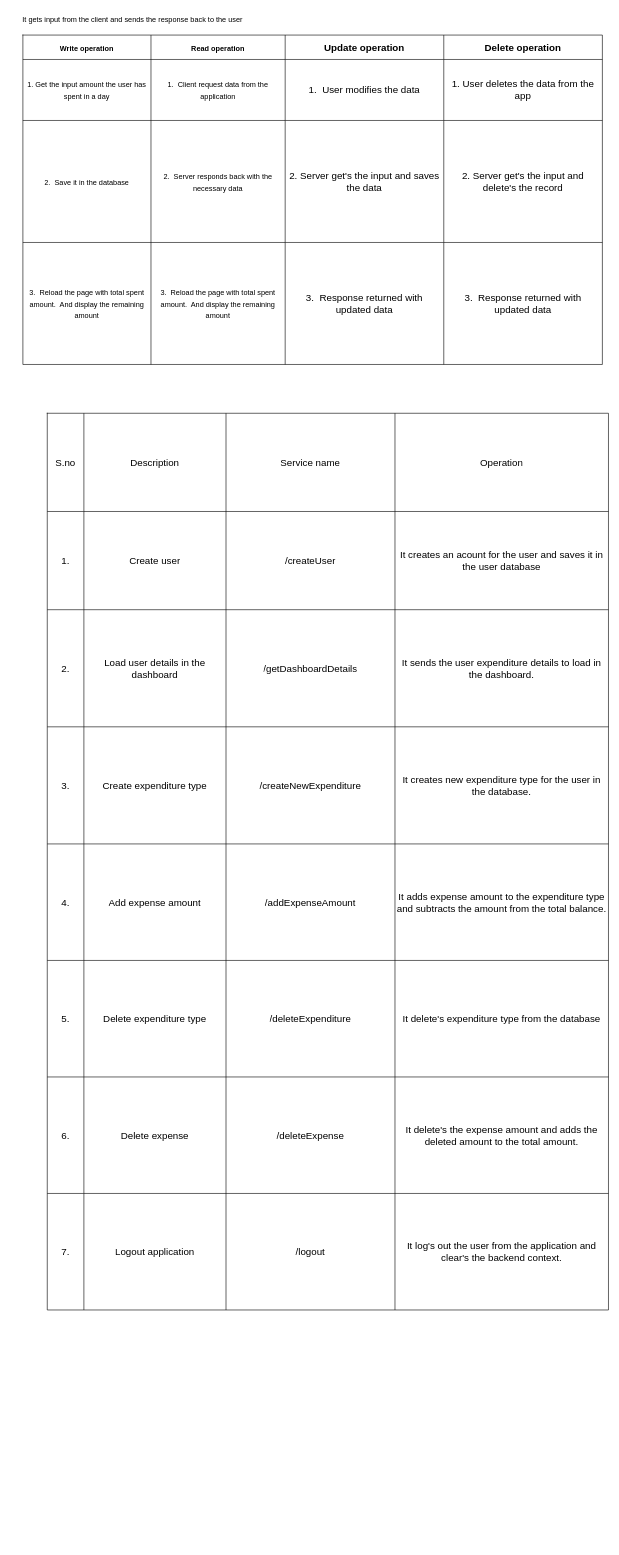
Above: page "serviceLayersDetails" (6 of 6) of budgetTrackerApp.drawio in sathishsekarss/drawIOFiles (draw.io), before the change. Source tidied: cells renumbered, new cells numbered last; positions are measured from the earlier drawing's top-left corner, leaving out a move shared by most shapes. Both pictures are drawn from the tidied source at 61%, with x=0, y=0 at pixel (10, 10).
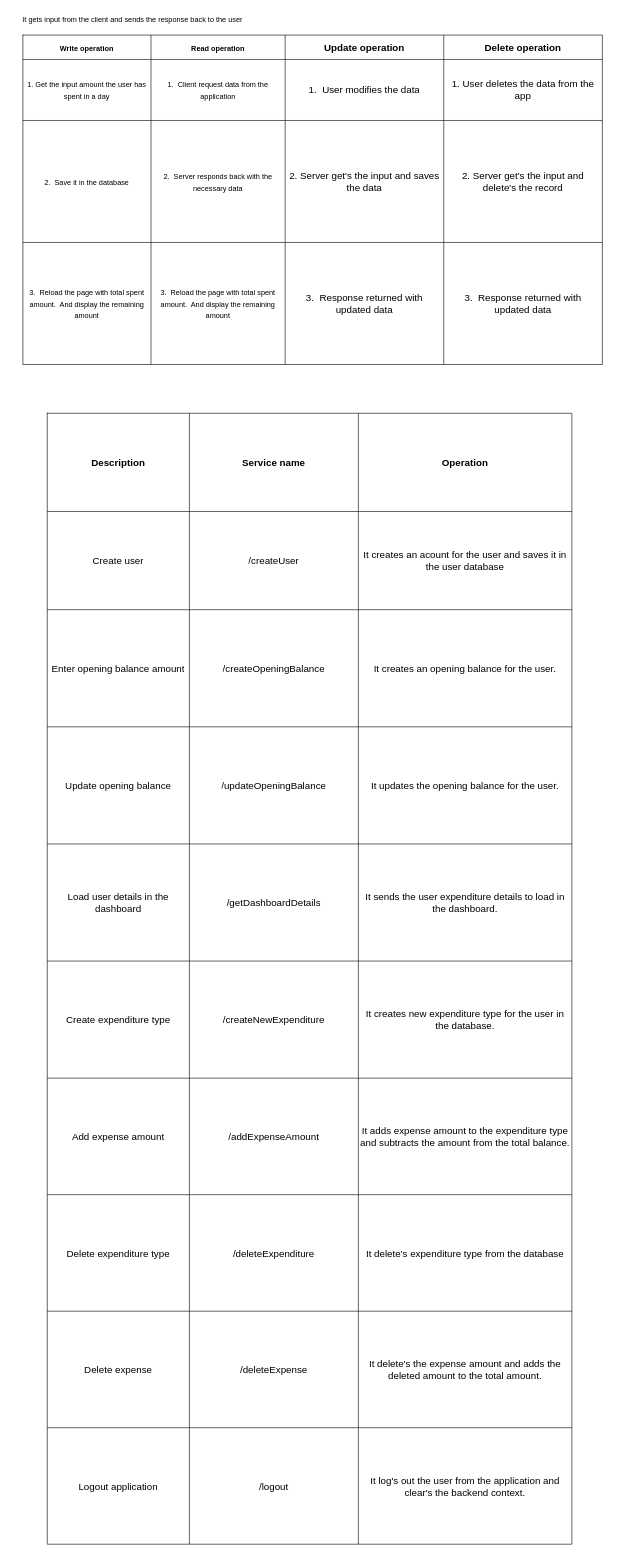
The same page after the edit.

What changed in the source:
```diff
@@
     <mxCell id="28" style="shape=table;startSize=0;childLayout=tableLayout;fontSize=16;" parent="1" vertex="1">
-      <mxGeometry x="60" y="660" width="920" height="1470" as="geometry" />
+      <mxGeometry x="60" y="660" width="860" height="1854" as="geometry" />
     </mxCell>
     <mxCell id="29" style="shape=tableRow;horizontal=0;startSize=0;swimlaneHead=0;swimlaneBody=0;strokeColor=inherit;top=0;left=0;bottom=0;right=0;fillColor=none;fontSize=16;" parent="28" vertex="1">
-      <mxGeometry width="920" height="161" as="geometry" />
+      <mxGeometry width="860" height="161" as="geometry" />
     </mxCell>
-    <mxCell id="30" value="S.no" style="shape=partialRectangle;html=1;whiteSpace=wrap;strokeColor=inherit;overflow=hidden;fillColor=none;top=0;left=0;bottom=0;right=0;fontSize=16;" parent="29" vertex="1">
-      <mxGeometry width="60" height="161" as="geometry" />
-    </mxCell>
-    <mxCell id="31" value="Description" style="shape=partialRectangle;html=1;whiteSpace=wrap;strokeColor=inherit;overflow=hidden;fillColor=none;top=0;left=0;bottom=0;right=0;fontSize=16;" parent="29" vertex="1">
-      <mxGeometry x="60" width="233" height="161" as="geometry" />
+    <mxCell id="31" value="Description" style="shape=partialRectangle;html=1;whiteSpace=wrap;strokeColor=inherit;overflow=hidden;fillColor=none;top=0;left=0;bottom=0;right=0;fontSize=16;fontStyle=1;" parent="29" vertex="1">
+      <mxGeometry width="233" height="161" as="geometry" />
     </mxCell>
-    <mxCell id="32" value="Service name" style="shape=partialRectangle;html=1;whiteSpace=wrap;strokeColor=inherit;overflow=hidden;fillColor=none;top=0;left=0;bottom=0;right=0;fontSize=16;" parent="29" vertex="1">
-      <mxGeometry x="293" width="277" height="161" as="geometry" />
+    <mxCell id="32" value="Service name" style="shape=partialRectangle;html=1;whiteSpace=wrap;strokeColor=inherit;overflow=hidden;fillColor=none;top=0;left=0;bottom=0;right=0;fontSize=16;fontStyle=1;" parent="29" vertex="1">
+      <mxGeometry x="233" width="277" height="161" as="geometry" />
     </mxCell>
-    <mxCell id="33" value="Operation" style="shape=partialRectangle;html=1;whiteSpace=wrap;strokeColor=inherit;overflow=hidden;fillColor=none;top=0;left=0;bottom=0;right=0;fontSize=16;" parent="29" vertex="1">
-      <mxGeometry x="570" width="350" height="161" as="geometry" />
+    <mxCell id="33" value="Operation" style="shape=partialRectangle;html=1;whiteSpace=wrap;strokeColor=inherit;overflow=hidden;fillColor=none;top=0;left=0;bottom=0;right=0;fontSize=16;fontStyle=1;" parent="29" vertex="1">
+      <mxGeometry x="510" width="350" height="161" as="geometry" />
     </mxCell>
     <mxCell id="34" style="shape=tableRow;horizontal=0;startSize=0;swimlaneHead=0;swimlaneBody=0;strokeColor=inherit;top=0;left=0;bottom=0;right=0;fillColor=none;fontSize=16;" parent="28" vertex="1">
-      <mxGeometry y="161" width="920" height="161" as="geometry" />
+      <mxGeometry y="161" width="860" height="161" as="geometry" />
     </mxCell>
-    <mxCell id="35" value="1." style="shape=partialRectangle;html=1;whiteSpace=wrap;strokeColor=inherit;overflow=hidden;fillColor=none;top=0;left=0;bottom=0;right=0;fontSize=16;" parent="34" vertex="1">
-      <mxGeometry width="60" height="161" as="geometry" />
-    </mxCell>
     <mxCell id="36" value="Create user" style="shape=partialRectangle;html=1;whiteSpace=wrap;strokeColor=inherit;overflow=hidden;fillColor=none;top=0;left=0;bottom=0;right=0;fontSize=16;" parent="34" vertex="1">
-      <mxGeometry x="60" width="233" height="161" as="geometry" />
+      <mxGeometry width="233" height="161" as="geometry" />
     </mxCell>
     <mxCell id="37" value="/createUser" style="shape=partialRectangle;html=1;whiteSpace=wrap;strokeColor=inherit;overflow=hidden;fillColor=none;top=0;left=0;bottom=0;right=0;fontSize=16;" parent="34" vertex="1">
-      <mxGeometry x="293" width="277" height="161" as="geometry" />
+      <mxGeometry x="233" width="277" height="161" as="geometry" />
     </mxCell>
     <mxCell id="38" value="It creates an acount for the user and saves it in the user database" style="shape=partialRectangle;html=1;whiteSpace=wrap;strokeColor=inherit;overflow=hidden;fillColor=none;top=0;left=0;bottom=0;right=0;fontSize=16;" parent="34" vertex="1">
-      <mxGeometry x="570" width="350" height="161" as="geometry" />
+      <mxGeometry x="510" width="350" height="161" as="geometry" />
     </mxCell>
+    <mxCell id="69" style="shape=tableRow;horizontal=0;startSize=0;swimlaneHead=0;swimlaneBody=0;strokeColor=inherit;top=0;left=0;bottom=0;right=0;fillColor=none;fontSize=16;" parent="28" vertex="1">
+      <mxGeometry y="322" width="860" height="192" as="geometry" />
+    </mxCell>
+    <mxCell id="70" value="Enter opening balance amount" style="shape=partialRectangle;html=1;whiteSpace=wrap;strokeColor=inherit;overflow=hidden;fillColor=none;top=0;left=0;bottom=0;right=0;fontSize=16;" parent="69" vertex="1">
+      <mxGeometry width="233" height="192" as="geometry" />
+    </mxCell>
+    <mxCell id="71" value="/createOpeningBalance" style="shape=partialRectangle;html=1;whiteSpace=wrap;strokeColor=inherit;overflow=hidden;fillColor=none;top=0;left=0;bottom=0;right=0;fontSize=16;" parent="69" vertex="1">
+      <mxGeometry x="233" width="277" height="192" as="geometry" />
+    </mxCell>
+    <mxCell id="72" value="It creates an opening balance for the user." style="shape=partialRectangle;html=1;whiteSpace=wrap;strokeColor=inherit;overflow=hidden;fillColor=none;top=0;left=0;bottom=0;right=0;fontSize=16;" parent="69" vertex="1">
+      <mxGeometry x="510" width="350" height="192" as="geometry" />
+    </mxCell>
+    <mxCell id="73" style="shape=tableRow;horizontal=0;startSize=0;swimlaneHead=0;swimlaneBody=0;strokeColor=inherit;top=0;left=0;bottom=0;right=0;fillColor=none;fontSize=16;" parent="28" vertex="1">
+      <mxGeometry y="514" width="860" height="192" as="geometry" />
+    </mxCell>
+    <mxCell id="74" value="Update opening balance" style="shape=partialRectangle;html=1;whiteSpace=wrap;strokeColor=inherit;overflow=hidden;fillColor=none;top=0;left=0;bottom=0;right=0;fontSize=16;" parent="73" vertex="1">
+      <mxGeometry width="233" height="192" as="geometry" />
+    </mxCell>
+    <mxCell id="75" value="/updateOpeningBalance" style="shape=partialRectangle;html=1;whiteSpace=wrap;strokeColor=inherit;overflow=hidden;fillColor=none;top=0;left=0;bottom=0;right=0;fontSize=16;" parent="73" vertex="1">
+      <mxGeometry x="233" width="277" height="192" as="geometry" />
+    </mxCell>
+    <mxCell id="76" value="It updates the opening balance for the user." style="shape=partialRectangle;html=1;whiteSpace=wrap;strokeColor=inherit;overflow=hidden;fillColor=none;top=0;left=0;bottom=0;right=0;fontSize=16;" parent="73" vertex="1">
+      <mxGeometry x="510" width="350" height="192" as="geometry" />
+    </mxCell>
     <mxCell id="39" style="shape=tableRow;horizontal=0;startSize=0;swimlaneHead=0;swimlaneBody=0;strokeColor=inherit;top=0;left=0;bottom=0;right=0;fillColor=none;fontSize=16;" parent="28" vertex="1">
-      <mxGeometry y="322" width="920" height="192" as="geometry" />
+      <mxGeometry y="706" width="860" height="192" as="geometry" />
     </mxCell>
-    <mxCell id="40" value="2." style="shape=partialRectangle;html=1;whiteSpace=wrap;strokeColor=inherit;overflow=hidden;fillColor=none;top=0;left=0;bottom=0;right=0;fontSize=16;" parent="39" vertex="1">
-      <mxGeometry width="60" height="192" as="geometry" />
-    </mxCell>
     <mxCell id="41" value="Load user details in the dashboard" style="shape=partialRectangle;html=1;whiteSpace=wrap;strokeColor=inherit;overflow=hidden;fillColor=none;top=0;left=0;bottom=0;right=0;fontSize=16;" parent="39" vertex="1">
-      <mxGeometry x="60" width="233" height="192" as="geometry" />
+      <mxGeometry width="233" height="192" as="geometry" />
     </mxCell>
     <mxCell id="42" value="/getDashboardDetails" style="shape=partialRectangle;html=1;whiteSpace=wrap;strokeColor=inherit;overflow=hidden;fillColor=none;top=0;left=0;bottom=0;right=0;fontSize=16;" parent="39" vertex="1">
-      <mxGeometry x="293" width="277" height="192" as="geometry" />
+      <mxGeometry x="233" width="277" height="192" as="geometry" />
     </mxCell>
     <mxCell id="43" value="It sends the user expenditure details to load in the dashboard." style="shape=partialRectangle;html=1;whiteSpace=wrap;strokeColor=inherit;overflow=hidden;fillColor=none;top=0;left=0;bottom=0;right=0;fontSize=16;" parent="39" vertex="1">
-      <mxGeometry x="570" width="350" height="192" as="geometry" />
+      <mxGeometry x="510" width="350" height="192" as="geometry" />
     </mxCell>
     <mxCell id="44" style="shape=tableRow;horizontal=0;startSize=0;swimlaneHead=0;swimlaneBody=0;strokeColor=inherit;top=0;left=0;bottom=0;right=0;fillColor=none;fontSize=16;" parent="28" vertex="1">
-      <mxGeometry y="514" width="920" height="192" as="geometry" />
+      <mxGeometry y="898" width="860" height="192" as="geometry" />
     </mxCell>
-    <mxCell id="45" value="3." style="shape=partialRectangle;html=1;whiteSpace=wrap;strokeColor=inherit;overflow=hidden;fillColor=none;top=0;left=0;bottom=0;right=0;fontSize=16;" parent="44" vertex="1">
-      <mxGeometry width="60" height="192" as="geometry" />
-    </mxCell>
     <mxCell id="46" value="Create expenditure type" style="shape=partialRectangle;html=1;whiteSpace=wrap;strokeColor=inherit;overflow=hidden;fillColor=none;top=0;left=0;bottom=0;right=0;fontSize=16;" parent="44" vertex="1">
-      <mxGeometry x="60" width="233" height="192" as="geometry" />
+      <mxGeometry width="233" height="192" as="geometry" />
     </mxCell>
     <mxCell id="47" value="/createNewExpenditure" style="shape=partialRectangle;html=1;whiteSpace=wrap;strokeColor=inherit;overflow=hidden;fillColor=none;top=0;left=0;bottom=0;right=0;fontSize=16;" parent="44" vertex="1">
-      <mxGeometry x="293" width="277" height="192" as="geometry" />
+      <mxGeometry x="233" width="277" height="192" as="geometry" />
     </mxCell>
     <mxCell id="48" value="It creates new expenditure type for the user in the database." style="shape=partialRectangle;html=1;whiteSpace=wrap;strokeColor=inherit;overflow=hidden;fillColor=none;top=0;left=0;bottom=0;right=0;fontSize=16;" parent="44" vertex="1">
-      <mxGeometry x="570" width="350" height="192" as="geometry" />
+      <mxGeometry x="510" width="350" height="192" as="geometry" />
     </mxCell>
     <mxCell id="49" style="shape=tableRow;horizontal=0;startSize=0;swimlaneHead=0;swimlaneBody=0;strokeColor=inherit;top=0;left=0;bottom=0;right=0;fillColor=none;fontSize=16;" parent="28" vertex="1">
-      <mxGeometry y="706" width="920" height="191" as="geometry" />
+      <mxGeometry y="1090" width="860" height="191" as="geometry" />
     </mxCell>
-    <mxCell id="50" value="4." style="shape=partialRectangle;html=1;whiteSpace=wrap;strokeColor=inherit;overflow=hidden;fillColor=none;top=0;left=0;bottom=0;right=0;fontSize=16;" parent="49" vertex="1">
-      <mxGeometry width="60" height="191" as="geometry" />
-    </mxCell>
     <mxCell id="51" value="Add expense amount" style="shape=partialRectangle;html=1;whiteSpace=wrap;strokeColor=inherit;overflow=hidden;fillColor=none;top=0;left=0;bottom=0;right=0;fontSize=16;" parent="49" vertex="1">
-      <mxGeometry x="60" width="233" height="191" as="geometry" />
+      <mxGeometry width="233" height="191" as="geometry" />
     </mxCell>
     <mxCell id="52" value="/addExpenseAmount" style="shape=partialRectangle;html=1;whiteSpace=wrap;strokeColor=inherit;overflow=hidden;fillColor=none;top=0;left=0;bottom=0;right=0;fontSize=16;" parent="49" vertex="1">
-      <mxGeometry x="293" width="277" height="191" as="geometry" />
+      <mxGeometry x="233" width="277" height="191" as="geometry" />
     </mxCell>
     <mxCell id="53" value="It adds expense amount to the expenditure type and subtracts the amount from the total balance." style="shape=partialRectangle;html=1;whiteSpace=wrap;strokeColor=inherit;overflow=hidden;fillColor=none;top=0;left=0;bottom=0;right=0;fontSize=16;" parent="49" vertex="1">
-      <mxGeometry x="570" width="350" height="191" as="geometry" />
+      <mxGeometry x="510" width="350" height="191" as="geometry" />
     </mxCell>
     <mxCell id="54" style="shape=tableRow;horizontal=0;startSize=0;swimlaneHead=0;swimlaneBody=0;strokeColor=inherit;top=0;left=0;bottom=0;right=0;fillColor=none;fontSize=16;" parent="28" vertex="1">
-      <mxGeometry y="897" width="920" height="191" as="geometry" />
+      <mxGeometry y="1281" width="860" height="191" as="geometry" />
     </mxCell>
-    <mxCell id="55" value="5." style="shape=partialRectangle;html=1;whiteSpace=wrap;strokeColor=inherit;overflow=hidden;fillColor=none;top=0;left=0;bottom=0;right=0;fontSize=16;" parent="54" vertex="1">
-      <mxGeometry width="60" height="191" as="geometry" />
-    </mxCell>
     <mxCell id="56" value="Delete expenditure type" style="shape=partialRectangle;html=1;whiteSpace=wrap;strokeColor=inherit;overflow=hidden;fillColor=none;top=0;left=0;bottom=0;right=0;fontSize=16;" parent="54" vertex="1">
-      <mxGeometry x="60" width="233" height="191" as="geometry" />
+      <mxGeometry width="233" height="191" as="geometry" />
     </mxCell>
     <mxCell id="57" value="/deleteExpenditure" style="shape=partialRectangle;html=1;whiteSpace=wrap;strokeColor=inherit;overflow=hidden;fillColor=none;top=0;left=0;bottom=0;right=0;fontSize=16;" parent="54" vertex="1">
-      <mxGeometry x="293" width="277" height="191" as="geometry" />
+      <mxGeometry x="233" width="277" height="191" as="geometry" />
     </mxCell>
     <mxCell id="58" value="It delete's expenditure type from the database" style="shape=partialRectangle;html=1;whiteSpace=wrap;strokeColor=inherit;overflow=hidden;fillColor=none;top=0;left=0;bottom=0;right=0;fontSize=16;" parent="54" vertex="1">
-      <mxGeometry x="570" width="350" height="191" as="geometry" />
+      <mxGeometry x="510" width="350" height="191" as="geometry" />
     </mxCell>
     <mxCell id="59" style="shape=tableRow;horizontal=0;startSize=0;swimlaneHead=0;swimlaneBody=0;strokeColor=inherit;top=0;left=0;bottom=0;right=0;fillColor=none;fontSize=16;" parent="28" vertex="1">
-      <mxGeometry y="1088" width="920" height="191" as="geometry" />
+      <mxGeometry y="1472" width="860" height="191" as="geometry" />
     </mxCell>
-    <mxCell id="60" value="6." style="shape=partialRectangle;html=1;whiteSpace=wrap;strokeColor=inherit;overflow=hidden;fillColor=none;top=0;left=0;bottom=0;right=0;fontSize=16;" parent="59" vertex="1">
-      <mxGeometry width="60" height="191" as="geometry" />
-    </mxCell>
     <mxCell id="61" value="Delete expense" style="shape=partialRectangle;html=1;whiteSpace=wrap;strokeColor=inherit;overflow=hidden;fillColor=none;top=0;left=0;bottom=0;right=0;fontSize=16;" parent="59" vertex="1">
-      <mxGeometry x="60" width="233" height="191" as="geometry" />
+      <mxGeometry width="233" height="191" as="geometry" />
     </mxCell>
     <mxCell id="62" value="/deleteExpense" style="shape=partialRectangle;html=1;whiteSpace=wrap;strokeColor=inherit;overflow=hidden;fillColor=none;top=0;left=0;bottom=0;right=0;fontSize=16;" parent="59" vertex="1">
-      <mxGeometry x="293" width="277" height="191" as="geometry" />
+      <mxGeometry x="233" width="277" height="191" as="geometry" />
     </mxCell>
     <mxCell id="63" value="It delete's the expense amount and adds the deleted amount to the total amount." style="shape=partialRectangle;html=1;whiteSpace=wrap;strokeColor=inherit;overflow=hidden;fillColor=none;top=0;left=0;bottom=0;right=0;fontSize=16;" parent="59" vertex="1">
-      <mxGeometry x="570" width="350" height="191" as="geometry" />
+      <mxGeometry x="510" width="350" height="191" as="geometry" />
     </mxCell>
     <mxCell id="64" style="shape=tableRow;horizontal=0;startSize=0;swimlaneHead=0;swimlaneBody=0;strokeColor=inherit;top=0;left=0;bottom=0;right=0;fillColor=none;fontSize=16;" parent="28" vertex="1">
-      <mxGeometry y="1279" width="920" height="191" as="geometry" />
+      <mxGeometry y="1663" width="860" height="191" as="geometry" />
     </mxCell>
-    <mxCell id="65" value="7." style="shape=partialRectangle;html=1;whiteSpace=wrap;strokeColor=inherit;overflow=hidden;fillColor=none;top=0;left=0;bottom=0;right=0;fontSize=16;" parent="64" vertex="1">
-      <mxGeometry width="60" height="191" as="geometry" />
-    </mxCell>
     <mxCell id="66" value="Logout application" style="shape=partialRectangle;html=1;whiteSpace=wrap;strokeColor=inherit;overflow=hidden;fillColor=none;top=0;left=0;bottom=0;right=0;fontSize=16;" parent="64" vertex="1">
-      <mxGeometry x="60" width="233" height="191" as="geometry" />
+      <mxGeometry width="233" height="191" as="geometry" />
     </mxCell>
     <mxCell id="67" value="/logout" style="shape=partialRectangle;html=1;whiteSpace=wrap;strokeColor=inherit;overflow=hidden;fillColor=none;top=0;left=0;bottom=0;right=0;fontSize=16;" parent="64" vertex="1">
-      <mxGeometry x="293" width="277" height="191" as="geometry" />
+      <mxGeometry x="233" width="277" height="191" as="geometry" />
     </mxCell>
     <mxCell id="68" value="It log's out the user from the application and clear's the backend context." style="shape=partialRectangle;html=1;whiteSpace=wrap;strokeColor=inherit;overflow=hidden;fillColor=none;top=0;left=0;bottom=0;right=0;fontSize=16;" parent="64" vertex="1">
-      <mxGeometry x="570" width="350" height="191" as="geometry" />
+      <mxGeometry x="510" width="350" height="191" as="geometry" />
     </mxCell>
```
